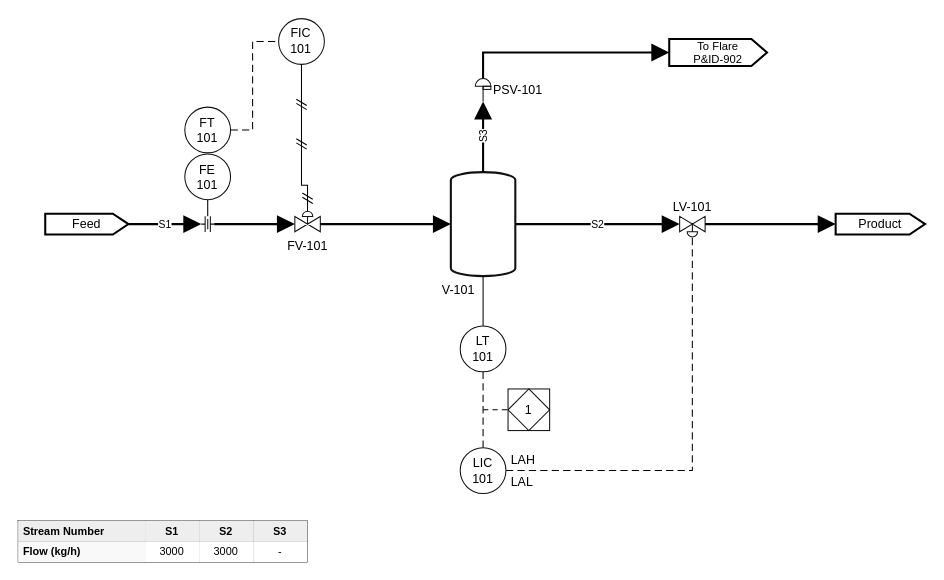
Above: drawio-samples/04_control_loop.drawio in Alpha9463/pandid (draw.io), before the change. Source tidied: cells renumbered, new cells numbered last; positions are measured from the earlier drawing's top-left corner, leaving out a move shared by most shapes. Both pictures are drawn from the tidied source at 104%, with x=0, y=0 at pixel (18, 18).
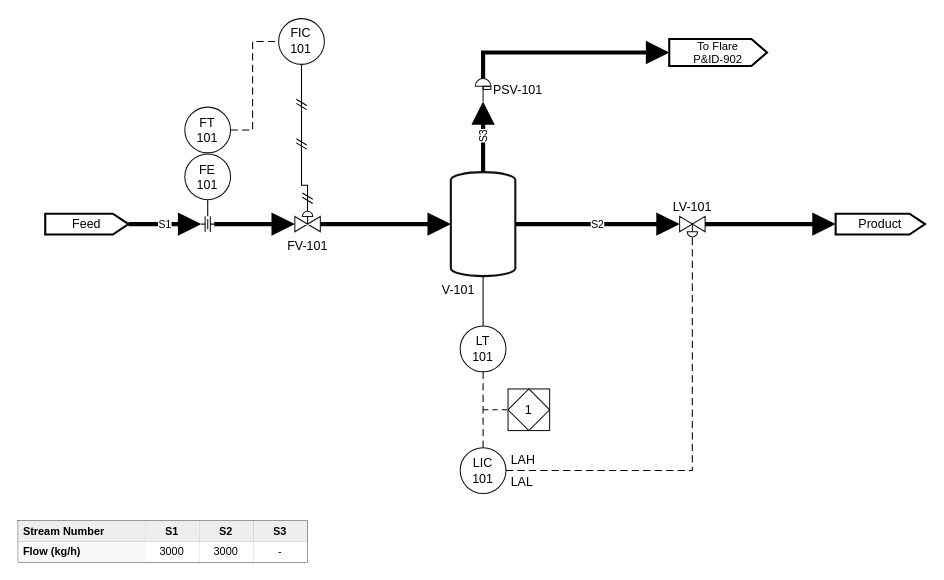
The same page after the edit.

Unchanged cells that the change refers to:
```xml
<mxCell id="13" value="Feed" style="html=1;shape=offPageConnector;size=0.1875;direction=north;anchorPointDirection=0;legacyAnchorPoints=1;rounded=0;whiteSpace=wrap;strokeColor=#000000;fillColor=none;strokeWidth=2;verticalLabelPosition=middle;verticalAlign=middle;align=center;fontSize=12;" parent="1" vertex="1">
  <mxGeometry x="26" y="188" width="80" height="20" as="geometry" />
</mxCell>
<mxCell id="14" value="FV-101" style="html=1;shape=mxgraph.pid.valves.pneumatic_operated;outlineConnect=0;strokeColor=#111;fillColor=#ffffff;strokeWidth=1;verticalLabelPosition=bottom;verticalAlign=top;align=center;fontSize=12;" parent="1" vertex="1">
  <mxGeometry x="266" y="185.6" width="24.5" height="19.8" as="geometry" />
</mxCell>
<mxCell id="15" value="V-101" style="html=1;shape=mxgraph.pid.vessels.pressurized_vessel;outlineConnect=0;strokeColor=#111;fillColor=#ffffff;strokeWidth=2;verticalLabelPosition=bottom;verticalAlign=top;align=center;fontSize=12;" parent="1" vertex="1">
  <mxGeometry x="416" y="148" width="62" height="100" as="geometry">
    <mxPoint x="-24" as="offset" />
  </mxGeometry>
</mxCell>
<mxCell id="16" style="html=1;shape=mxgraph.pid.valves.orifice;outlineConnect=0;strokeColor=#111;fillColor=#ffffff;strokeWidth=1;verticalLabelPosition=top;verticalAlign=bottom;align=center;fontSize=12;" parent="1" vertex="1">
  <mxGeometry x="176" y="190.5" width="12.5" height="15" as="geometry" />
</mxCell>
<mxCell id="17" value="LV-101" style="html=1;shape=mxgraph.pid.valves.pneumatic_operated;outlineConnect=0;strokeColor=#111;fillColor=#ffffff;strokeWidth=1;verticalLabelPosition=top;verticalAlign=bottom;align=center;fontSize=12;flipV=1;" parent="1" vertex="1">
  <mxGeometry x="636" y="190.6" width="24.5" height="19.8" as="geometry" />
</mxCell>
<mxCell id="18" value="Product" style="html=1;shape=offPageConnector;size=0.174419;direction=north;anchorPointDirection=0;legacyAnchorPoints=1;rounded=0;whiteSpace=wrap;strokeColor=#000000;fillColor=none;strokeWidth=2;verticalLabelPosition=middle;verticalAlign=middle;align=center;fontSize=12;" parent="1" vertex="1">
  <mxGeometry x="786" y="188" width="86" height="20" as="geometry" />
</mxCell>
<mxCell id="19" value="PSV-101" style="html=1;shape=mxgraph.pid.valves.relief_prv;outlineConnect=0;strokeColor=#111;fillColor=#ffffff;strokeWidth=1;labelPosition=right;align=left;verticalLabelPosition=middle;verticalAlign=middle;fontSize=12;" parent="1" vertex="1">
  <mxGeometry x="439.5" y="58" width="15" height="22.1" as="geometry" />
</mxCell>
<mxCell id="20" value="To Flare&lt;br&gt;P&amp;amp;ID-902" style="html=1;shape=offPageConnector;size=0.159574;direction=north;anchorPointDirection=0;legacyAnchorPoints=1;rounded=0;whiteSpace=wrap;strokeColor=#000000;fillColor=none;strokeWidth=2;verticalLabelPosition=middle;verticalAlign=middle;align=center;fontSize=10.8333;" parent="1" vertex="1">
  <mxGeometry x="626" y="20" width="94" height="26" as="geometry" />
</mxCell>
```

The edit, as a diff of the source:
```diff
@@
-    <mxCell id="21" value="S1" style="html=1;edgeStyle=none;rounded=0;jettySize=auto;exitX=1;exitY=0.5;exitDx=0;exitDy=0;exitPerimeter=0;entryX=0;entryY=0.5;entryDx=0;entryDy=0;entryPerimeter=0;strokeColor=#000000;strokeWidth=2;endArrow=block;endFill=1;endSize=12;startArrow=none;labelBackgroundColor=#ffffff;verticalAlign=middle;align=center;fontSize=10;" parent="1" edge="1" source="13" target="16">
+    <mxCell id="21" value="S1" style="html=1;edgeStyle=none;rounded=0;jettySize=auto;exitX=1;exitY=0.5;exitDx=0;exitDy=0;exitPerimeter=0;entryX=0;entryY=0.5;entryDx=0;entryDy=0;entryPerimeter=0;strokeColor=#000000;strokeWidth=4;endArrow=block;endFill=1;endSize=12;startArrow=none;labelBackgroundColor=#ffffff;verticalAlign=middle;align=center;fontSize=10;" parent="1" edge="1" source="13" target="16">
       <mxGeometry relative="1" as="geometry" />
     </mxCell>
-    <mxCell id="22" style="html=1;edgeStyle=none;rounded=0;jettySize=auto;exitX=1;exitY=0.5;exitDx=0;exitDy=0;exitPerimeter=0;entryX=0;entryY=0.626263;entryDx=0;entryDy=0;entryPerimeter=0;strokeColor=#000000;strokeWidth=2;endArrow=block;endFill=1;endSize=12;startArrow=none;" parent="1" edge="1" source="16" target="14">
+    <mxCell id="22" style="html=1;edgeStyle=none;rounded=0;jettySize=auto;exitX=1;exitY=0.5;exitDx=0;exitDy=0;exitPerimeter=0;entryX=0;entryY=0.626263;entryDx=0;entryDy=0;entryPerimeter=0;strokeColor=#000000;strokeWidth=4;endArrow=block;endFill=1;endSize=12;startArrow=none;" parent="1" edge="1" source="16" target="14">
       <mxGeometry relative="1" as="geometry" />
     </mxCell>
-    <mxCell id="23" style="html=1;edgeStyle=none;rounded=0;jettySize=auto;exitX=1;exitY=0.626263;exitDx=0;exitDy=0;exitPerimeter=0;entryX=0;entryY=0.5;entryDx=0;entryDy=0;entryPerimeter=0;strokeColor=#000000;strokeWidth=2;endArrow=block;endFill=1;endSize=12;startArrow=none;" parent="1" edge="1" source="14" target="15">
+    <mxCell id="23" style="html=1;edgeStyle=none;rounded=0;jettySize=auto;exitX=1;exitY=0.626263;exitDx=0;exitDy=0;exitPerimeter=0;entryX=0;entryY=0.5;entryDx=0;entryDy=0;entryPerimeter=0;strokeColor=#000000;strokeWidth=4;endArrow=block;endFill=1;endSize=12;startArrow=none;" parent="1" edge="1" source="14" target="15">
       <mxGeometry relative="1" as="geometry" />
     </mxCell>
-    <mxCell id="24" value="S2" style="html=1;edgeStyle=none;rounded=0;jettySize=auto;exitX=1;exitY=0.5;exitDx=0;exitDy=0;exitPerimeter=0;entryX=0;entryY=0.626263;entryDx=0;entryDy=0;entryPerimeter=0;strokeColor=#000000;strokeWidth=2;endArrow=block;endFill=1;endSize=12;startArrow=none;labelBackgroundColor=#ffffff;verticalAlign=middle;align=center;fontSize=10;" parent="1" edge="1" source="15" target="17">
+    <mxCell id="24" value="S2" style="html=1;edgeStyle=none;rounded=0;jettySize=auto;exitX=1;exitY=0.5;exitDx=0;exitDy=0;exitPerimeter=0;entryX=0;entryY=0.626263;entryDx=0;entryDy=0;entryPerimeter=0;strokeColor=#000000;strokeWidth=4;endArrow=block;endFill=1;endSize=12;startArrow=none;labelBackgroundColor=#ffffff;verticalAlign=middle;align=center;fontSize=10;" parent="1" edge="1" source="15" target="17">
       <mxGeometry relative="1" as="geometry" />
     </mxCell>
-    <mxCell id="25" style="html=1;edgeStyle=none;rounded=0;jettySize=auto;exitX=1;exitY=0.626263;exitDx=0;exitDy=0;exitPerimeter=0;entryX=0;entryY=0.5;entryDx=0;entryDy=0;entryPerimeter=0;strokeColor=#000000;strokeWidth=2;endArrow=block;endFill=1;endSize=12;startArrow=none;" parent="1" edge="1" source="17" target="18">
+    <mxCell id="25" style="html=1;edgeStyle=none;rounded=0;jettySize=auto;exitX=1;exitY=0.626263;exitDx=0;exitDy=0;exitPerimeter=0;entryX=0;entryY=0.5;entryDx=0;entryDy=0;entryPerimeter=0;strokeColor=#000000;strokeWidth=4;endArrow=block;endFill=1;endSize=12;startArrow=none;" parent="1" edge="1" source="17" target="18">
       <mxGeometry relative="1" as="geometry" />
     </mxCell>
-    <mxCell id="26" value="S3" style="html=1;edgeStyle=none;rounded=0;jettySize=auto;exitX=0.5;exitY=0;exitDx=0;exitDy=0;exitPerimeter=0;entryX=0.5;entryY=1;entryDx=0;entryDy=0;entryPerimeter=0;strokeColor=#000000;strokeWidth=2;endArrow=block;endFill=1;endSize=12;startArrow=none;labelBackgroundColor=#ffffff;verticalAlign=middle;align=center;fontSize=10;horizontal=0;" parent="1" edge="1" source="15" target="19">
+    <mxCell id="26" value="S3" style="html=1;edgeStyle=none;rounded=0;jettySize=auto;exitX=0.5;exitY=0;exitDx=0;exitDy=0;exitPerimeter=0;entryX=0.5;entryY=1;entryDx=0;entryDy=0;entryPerimeter=0;strokeColor=#000000;strokeWidth=4;endArrow=block;endFill=1;endSize=12;startArrow=none;labelBackgroundColor=#ffffff;verticalAlign=middle;align=center;fontSize=10;horizontal=0;" parent="1" edge="1" source="15" target="19">
       <mxGeometry relative="1" as="geometry" />
     </mxCell>
-    <mxCell id="27" style="html=1;edgeStyle=none;rounded=0;jettySize=auto;exitX=0.5;exitY=0;exitDx=0;exitDy=0;exitPerimeter=0;entryX=0;entryY=0.5;entryDx=0;entryDy=0;entryPerimeter=0;strokeColor=#000000;strokeWidth=2;endArrow=block;endFill=1;endSize=12;startArrow=none;" parent="1" edge="1" source="19" target="20">
+    <mxCell id="27" style="html=1;edgeStyle=none;rounded=0;jettySize=auto;exitX=0.5;exitY=0;exitDx=0;exitDy=0;exitPerimeter=0;entryX=0;entryY=0.5;entryDx=0;entryDy=0;entryPerimeter=0;strokeColor=#000000;strokeWidth=4;endArrow=block;endFill=1;endSize=12;startArrow=none;" parent="1" edge="1" source="19" target="20">
       <mxGeometry relative="1" as="geometry">
         <Array as="points">
           <mxPoint x="447" y="33" />
         </Array>
       </mxGeometry>
     </mxCell>
```
